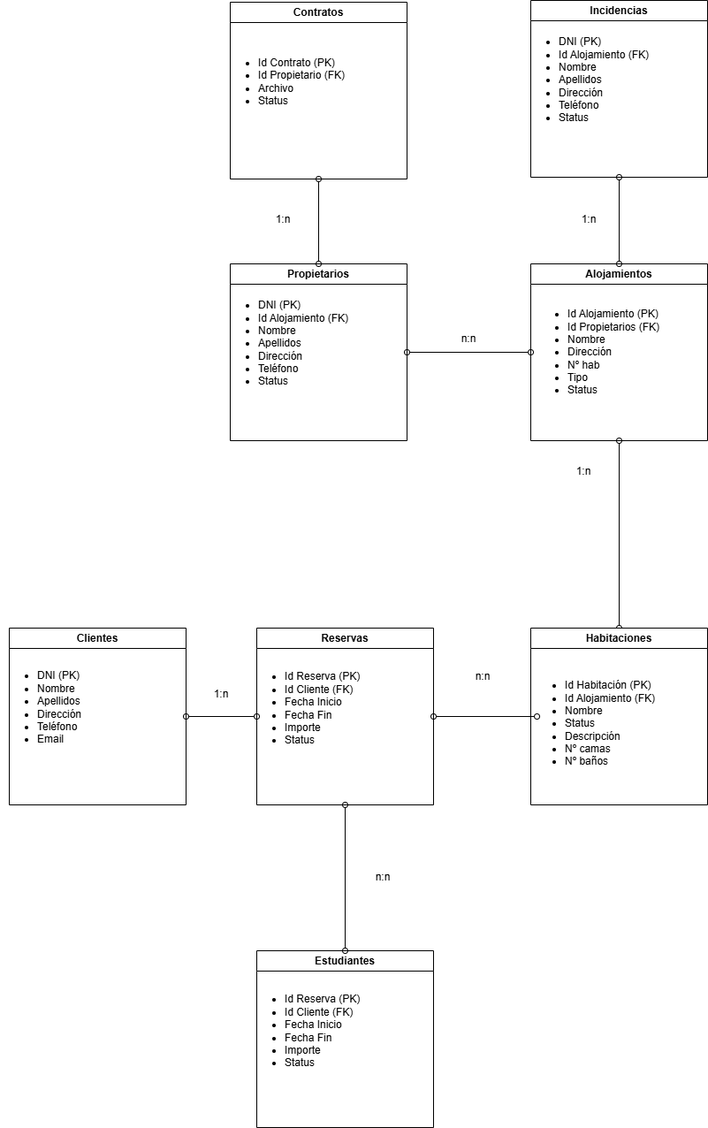
The draw.io diagram docs/BBDD.png in laumarm6/alojamiento, before a commit. Source tidied: cells renumbered, new cells last; positions are measured from the earlier drawing's top-left corner, leaving out a move shared by most shapes.
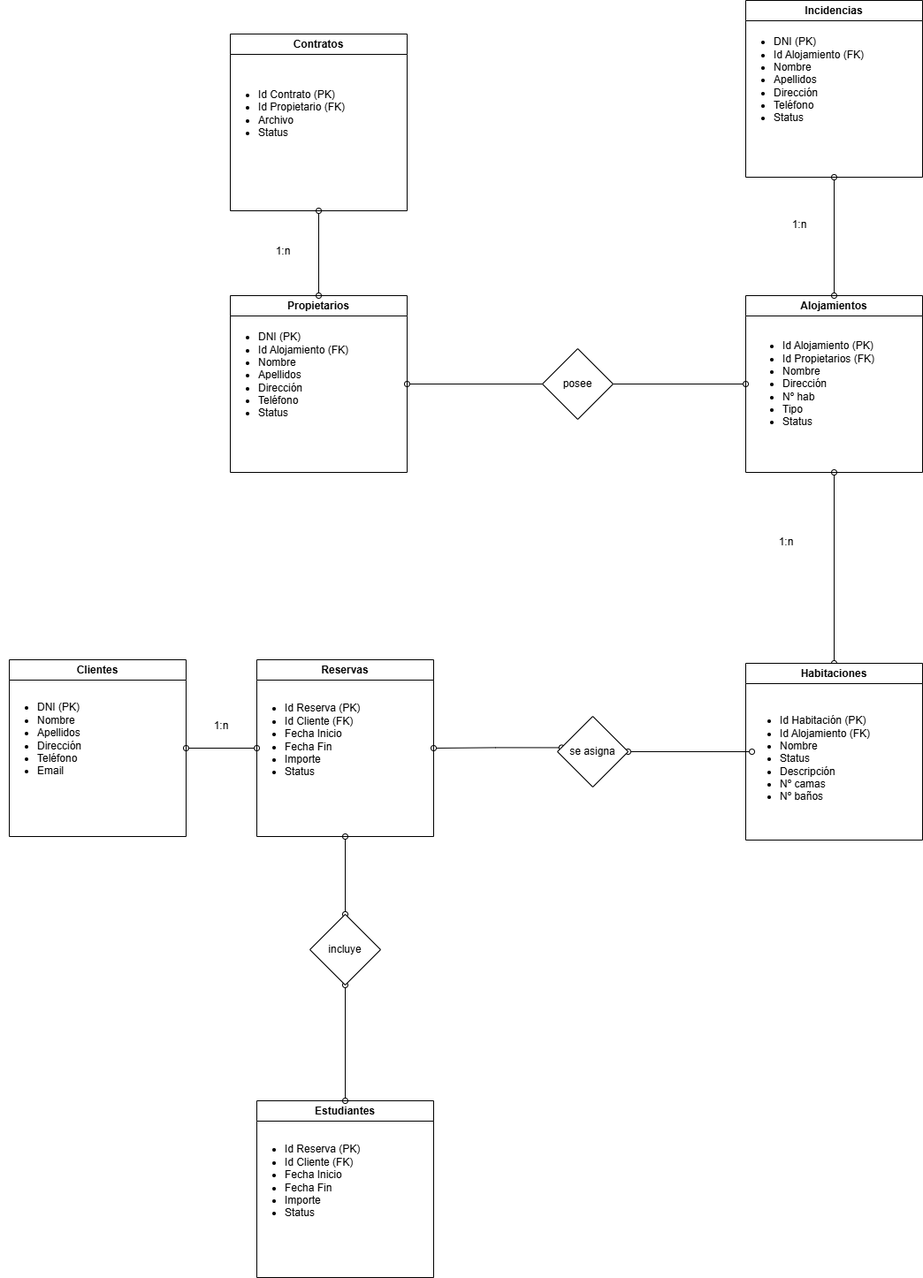
Above is the later version.

Commit message:
añado un comentario en bookings y modifico la imagen de la BBDD

Diff of the diagram source:
```diff
@@ -9,7 +9,7 @@
       <mxGeometry x="-10" y="20" width="170" height="140" as="geometry" />
     </mxCell>
     <mxCell id="4" value="Alojamientos" style="swimlane;whiteSpace=wrap;html=1;" parent="1" vertex="1">
-      <mxGeometry x="600" y="298" width="200" height="200" as="geometry" />
+      <mxGeometry x="843" y="298" width="200" height="200" as="geometry" />
     </mxCell>
     <mxCell id="5" value="&lt;ul&gt;&lt;li&gt;Id Alojamiento (PK)&lt;/li&gt;&lt;li&gt;Id Propietarios (FK)&lt;/li&gt;&lt;li&gt;Nombre&lt;/li&gt;&lt;li&gt;Dirección&lt;/li&gt;&lt;li style=&quot;&quot;&gt;Nº hab&lt;/li&gt;&lt;li&gt;Tipo&lt;/li&gt;&lt;li&gt;Status&lt;/li&gt;&lt;/ul&gt;" style="text;html=1;align=left;verticalAlign=middle;points=[];strokeColor=none;fillColor=none;" parent="4" vertex="1">
       <mxGeometry y="30" width="170" height="140" as="geometry" />
@@ -18,7 +18,7 @@
       <mxGeometry relative="1" as="geometry" />
     </mxCell>
     <mxCell id="7" value="Habitaciones" style="swimlane;whiteSpace=wrap;html=1;" parent="1" vertex="1">
-      <mxGeometry x="600" y="710" width="200" height="200" as="geometry" />
+      <mxGeometry x="843" y="714" width="200" height="200" as="geometry" />
     </mxCell>
     <mxCell id="8" value="&lt;ul&gt;&lt;li&gt;Id Habitación (PK)&lt;/li&gt;&lt;li&gt;Id Alojamiento (FK)&lt;/li&gt;&lt;li&gt;Nombre&lt;/li&gt;&lt;li&gt;Status&lt;/li&gt;&lt;li&gt;Descripción&lt;/li&gt;&lt;li&gt;Nº camas&lt;/li&gt;&lt;li&gt;Nº baños&lt;/li&gt;&lt;/ul&gt;" style="text;html=1;align=left;verticalAlign=middle;points=[];strokeColor=none;fillColor=none;" parent="7" vertex="1">
       <mxGeometry x="-3" y="38" width="170" height="140" as="geometry" />
@@ -41,11 +41,8 @@
     <mxCell id="14" style="rounded=0;jettySize=auto;html=1;entryX=1;entryY=0.5;entryDx=0;entryDy=0;startArrow=oval;startFill=0;endArrow=oval;endFill=0;" parent="1" edge="1" source="5" target="2">
       <mxGeometry relative="1" as="geometry" />
     </mxCell>
-    <mxCell id="15" value="n:n" style="text;html=1;align=center;verticalAlign=middle;whiteSpace=wrap;rounded=0;" parent="1" vertex="1">
-      <mxGeometry x="500" y="368" width="60" height="30" as="geometry" />
-    </mxCell>
     <mxCell id="16" value="1:n" style="text;html=1;align=center;verticalAlign=middle;whiteSpace=wrap;rounded=0;" parent="1" vertex="1">
-      <mxGeometry x="630" y="518" width="60" height="30" as="geometry" />
+      <mxGeometry x="859" y="562" width="60" height="30" as="geometry" />
     </mxCell>
     <mxCell id="17" value="1:n" style="text;html=1;align=center;verticalAlign=middle;whiteSpace=wrap;rounded=0;" parent="1" vertex="1">
       <mxGeometry x="220" y="770" width="60" height="30" as="geometry" />
@@ -57,7 +54,7 @@
       <mxGeometry x="-10" y="43" width="156" height="94" as="geometry" />
     </mxCell>
     <mxCell id="20" value="Incidencias" style="swimlane;whiteSpace=wrap;html=1;" parent="1" vertex="1">
-      <mxGeometry x="600" width="200" height="200" as="geometry" />
+      <mxGeometry x="843" y="-36" width="200" height="200" as="geometry" />
     </mxCell>
     <mxCell id="21" value="&lt;ul&gt;&lt;li&gt;DNI (PK)&lt;/li&gt;&lt;li&gt;Id Alojamiento (FK)&lt;/li&gt;&lt;li&gt;Nombre&lt;/li&gt;&lt;li&gt;Apellidos&lt;/li&gt;&lt;li&gt;Dirección&lt;/li&gt;&lt;li style=&quot;&quot;&gt;Teléfono&lt;/li&gt;&lt;li&gt;Status&lt;/li&gt;&lt;/ul&gt;" style="text;html=1;align=left;verticalAlign=middle;strokeColor=none;fillColor=none;" parent="20" vertex="1">
       <mxGeometry x="-10" y="20" width="170" height="140" as="geometry" />
@@ -72,25 +69,34 @@
       <mxGeometry x="290" y="233" width="60" height="30" as="geometry" />
     </mxCell>
     <mxCell id="25" value="1:n" style="text;html=1;align=center;verticalAlign=middle;whiteSpace=wrap;rounded=0;" parent="1" vertex="1">
-      <mxGeometry x="636" y="233" width="60" height="30" as="geometry" />
+      <mxGeometry x="874" y="203" width="60" height="30" as="geometry" />
     </mxCell>
     <mxCell id="26" value="Estudiantes" style="swimlane;whiteSpace=wrap;html=1;" parent="1" vertex="1">
-      <mxGeometry x="290" y="1075" width="200" height="200" as="geometry" />
+      <mxGeometry x="290" y="1209" width="200" height="200" as="geometry" />
     </mxCell>
     <mxCell id="27" value="&lt;ul&gt;&lt;li&gt;Id Reserva (PK)&lt;/li&gt;&lt;li&gt;Id Cliente (FK)&lt;/li&gt;&lt;li&gt;Fecha Inicio&lt;/li&gt;&lt;li&gt;Fecha Fin&lt;/li&gt;&lt;li&gt;Importe&lt;/li&gt;&lt;li&gt;Status&lt;/li&gt;&lt;/ul&gt;" style="text;html=1;align=left;verticalAlign=middle;strokeColor=none;fillColor=none;" parent="26" vertex="1">
       <mxGeometry x="-10" y="30" width="143" height="122" as="geometry" />
     </mxCell>
-    <mxCell id="28" style="edgeStyle=orthogonalEdgeStyle;rounded=0;jettySize=auto;html=1;entryX=0.5;entryY=1;entryDx=0;entryDy=0;endArrow=oval;startFill=0;startArrow=oval;endFill=0;exitX=0.5;exitY=0;exitDx=0;exitDy=0;" parent="1" edge="1" source="26" target="9">
+    <mxCell id="28" style="edgeStyle=orthogonalEdgeStyle;rounded=0;jettySize=auto;html=1;entryX=0.5;entryY=1;entryDx=0;entryDy=0;endArrow=oval;startFill=0;startArrow=oval;endFill=0;exitX=0.5;exitY=0;exitDx=0;exitDy=0;" parent="1" edge="1" source="36" target="9">
       <mxGeometry relative="1" as="geometry" />
     </mxCell>
-    <mxCell id="29" value="n:n" style="text;html=1;align=center;verticalAlign=middle;whiteSpace=wrap;rounded=0;" parent="1" vertex="1">
-      <mxGeometry x="403" y="977" width="60" height="30" as="geometry" />
-    </mxCell>
-    <mxCell id="30" style="edgeStyle=orthogonalEdgeStyle;rounded=0;jettySize=auto;html=1;entryX=1;entryY=0.5;entryDx=0;entryDy=0;endArrow=oval;startFill=0;startArrow=oval;endFill=0;exitX=0.059;exitY=0.443;exitDx=0;exitDy=0;exitPerimeter=0;" parent="1" edge="1" source="8" target="9">
+    <mxCell id="30" style="edgeStyle=orthogonalEdgeStyle;rounded=0;jettySize=auto;html=1;entryX=1;entryY=0.5;entryDx=0;entryDy=0;endArrow=oval;startFill=0;startArrow=oval;endFill=0;exitX=0.059;exitY=0.443;exitDx=0;exitDy=0;exitPerimeter=0;" parent="1" edge="1" source="33" target="9">
       <mxGeometry relative="1" as="geometry" />
     </mxCell>
-    <mxCell id="31" value="n:n" style="text;html=1;align=center;verticalAlign=middle;whiteSpace=wrap;rounded=0;" parent="1" vertex="1">
-      <mxGeometry x="516" y="750" width="60" height="30" as="geometry" />
-    </mxCell>
+    <mxCell id="32" style="edgeStyle=orthogonalEdgeStyle;rounded=0;jettySize=auto;html=1;entryX=1;entryY=0.5;entryDx=0;entryDy=0;endArrow=oval;startFill=0;startArrow=oval;endFill=0;exitX=0.059;exitY=0.443;exitDx=0;exitDy=0;exitPerimeter=0;" parent="1" edge="1" source="8" target="33">
+      <mxGeometry relative="1" as="geometry" />
+    </mxCell>
+    <mxCell id="33" value="se asigna" style="rhombus;whiteSpace=wrap;html=1;" parent="1" vertex="1">
+      <mxGeometry x="630" y="774" width="80" height="80" as="geometry" />
+    </mxCell>
+    <mxCell id="34" value="posee" style="rhombus;whiteSpace=wrap;html=1;" parent="1" vertex="1">
+      <mxGeometry x="613" y="358" width="80" height="80" as="geometry" />
+    </mxCell>
+    <mxCell id="35" style="edgeStyle=orthogonalEdgeStyle;rounded=0;jettySize=auto;html=1;entryX=0.5;entryY=1;entryDx=0;entryDy=0;endArrow=oval;startFill=0;startArrow=oval;endFill=0;exitX=0.5;exitY=0;exitDx=0;exitDy=0;" parent="1" edge="1" source="26" target="36">
+      <mxGeometry relative="1" as="geometry" />
+    </mxCell>
+    <mxCell id="36" value="incluye" style="rhombus;whiteSpace=wrap;html=1;" parent="1" vertex="1">
+      <mxGeometry x="350" y="998" width="80" height="80" as="geometry" />
+    </mxCell>
   </root>
 </mxGraphModel>
```
